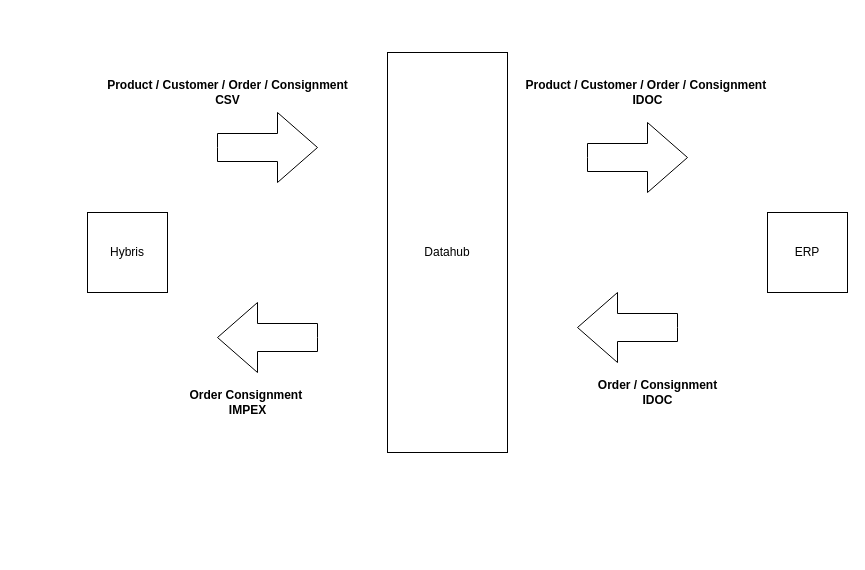
Before: Untitled Diagram.drawio in hoa89nguyen/myproject, a draw.io diagram. Source tidied: cells renumbered, new cells numbered last; positions are measured from the earlier drawing's top-left corner, leaving out a move shared by most shapes. Both pictures are drawn from the tidied source at 100%, with x=0, y=0 at pixel (87, 52).
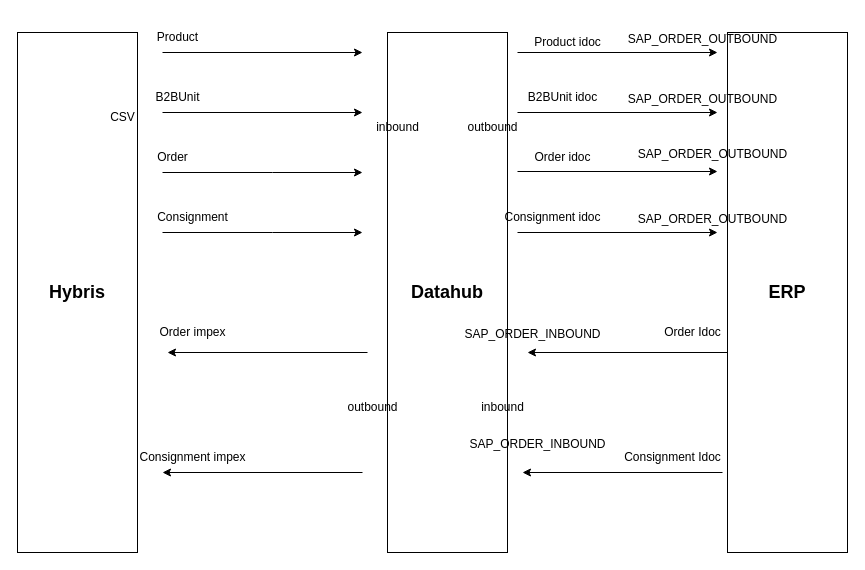
The same page after the edit.

Change to the diagram source:
```diff
@@
+    <mxCell id="4" value="&lt;font style=&quot;font-size: 18px;&quot;&gt;&lt;b&gt;Datahub&lt;/b&gt;&lt;/font&gt;" style="rounded=0;whiteSpace=wrap;html=1;" parent="1" vertex="1">
+      <mxGeometry x="300" y="-20" width="120" height="520" as="geometry" />
+    </mxCell>
+    <mxCell id="13" value="outbound" style="text;html=1;align=center;verticalAlign=middle;strokeColor=none;fillColor=none;" parent="1" vertex="1">
+      <mxGeometry x="370" y="60" width="70" height="30" as="geometry" />
+    </mxCell>
+    <mxCell id="14" value="inbound" style="text;html=1;align=center;verticalAlign=middle;strokeColor=none;fillColor=none;" parent="1" vertex="1">
+      <mxGeometry x="380" y="340" width="70" height="30" as="geometry" />
+    </mxCell>
+    <mxCell id="15" value="outbound" style="text;html=1;align=center;verticalAlign=middle;strokeColor=none;fillColor=none;" parent="1" vertex="1">
+      <mxGeometry x="250" y="340" width="70" height="30" as="geometry" />
+    </mxCell>
+    <mxCell id="16" style="endArrow=classic;html=1;rounded=0;" parent="1" edge="1">
+      <mxGeometry relative="1" as="geometry">
+        <mxPoint x="75" as="sourcePoint" />
+        <mxPoint x="275" as="targetPoint" />
+      </mxGeometry>
+    </mxCell>
-    <mxCell id="2" value="Hybris" style="whiteSpace=wrap;html=1;" parent="1" vertex="1">
-      <mxGeometry y="160" width="80" height="80" as="geometry" />
+    <mxCell id="2" value="&lt;font style=&quot;font-size: 18px;&quot;&gt;&lt;b&gt;Hybris&lt;/b&gt;&lt;/font&gt;" style="rounded=0;whiteSpace=wrap;html=1;" parent="1" vertex="1">
+      <mxGeometry x="-70" y="-20" width="120" height="520" as="geometry" />
     </mxCell>
-    <mxCell id="3" value="ERP" style="whiteSpace=wrap;html=1;" parent="1" vertex="1">
-      <mxGeometry x="680" y="160" width="80" height="80" as="geometry" />
+    <mxCell id="3" value="&lt;font style=&quot;font-size: 18px;&quot;&gt;&lt;b&gt;ERP&lt;/b&gt;&lt;/font&gt;" style="rounded=0;whiteSpace=wrap;html=1;" parent="1" vertex="1">
+      <mxGeometry x="640" y="-20" width="120" height="520" as="geometry" />
     </mxCell>
-    <mxCell id="4" value="Datahub" style="rounded=0;whiteSpace=wrap;html=1;" parent="1" vertex="1">
-      <mxGeometry x="300" width="120" height="400" as="geometry" />
-    </mxCell>
-    <mxCell id="5" style="html=1;shadow=0;dashed=0;align=center;verticalAlign=middle;shape=mxgraph.arrows2.arrow;dy=0.6;dx=40;notch=0;" parent="1" vertex="1">
-      <mxGeometry x="130" y="60" width="100" height="70" as="geometry" />
-    </mxCell>
-    <mxCell id="6" style="html=1;shadow=0;dashed=0;align=center;verticalAlign=middle;shape=mxgraph.arrows2.arrow;dy=0.6;dx=40;notch=0;" parent="1" vertex="1">
-      <mxGeometry x="500" y="70" width="100" height="70" as="geometry" />
-    </mxCell>
-    <mxCell id="7" style="html=1;shadow=0;dashed=0;align=center;verticalAlign=middle;shape=mxgraph.arrows2.arrow;dy=0.6;dx=40;flipH=1;notch=0;" parent="1" vertex="1">
-      <mxGeometry x="490" y="240" width="100" height="70" as="geometry" />
-    </mxCell>
-    <mxCell id="8" style="html=1;shadow=0;dashed=0;align=center;verticalAlign=middle;shape=mxgraph.arrows2.arrow;dy=0.6;dx=40;flipH=1;notch=0;" parent="1" vertex="1">
-      <mxGeometry x="130" y="250" width="100" height="70" as="geometry" />
-    </mxCell>
-    <mxCell id="9" value="Product / Customer / Order / Consignment&lt;br&gt;CSV" style="text;html=1;align=center;verticalAlign=middle;strokeColor=none;fillColor=none;fontStyle=1;" parent="1" vertex="1">
-      <mxGeometry x="10" y="20" width="260" height="40" as="geometry" />
-    </mxCell>
-    <mxCell id="10" value="Product / Customer / Order / Consignment&amp;nbsp;&lt;br&gt;IDOC" style="text;html=1;align=center;verticalAlign=middle;strokeColor=none;fillColor=none;fontStyle=1;" parent="1" vertex="1">
-      <mxGeometry x="425" y="20" width="270" height="40" as="geometry" />
-    </mxCell>
-    <mxCell id="11" value="Order Consignment&amp;nbsp;&lt;br&gt;IMPEX&lt;br&gt;" style="text;html=1;align=center;verticalAlign=middle;strokeColor=none;fillColor=none;fontStyle=1;" parent="1" vertex="1">
-      <mxGeometry x="90" y="330" width="140" height="40" as="geometry" />
-    </mxCell>
-    <mxCell id="12" value="Order / Consignment&lt;br&gt;IDOC" style="text;html=1;align=center;verticalAlign=middle;strokeColor=none;fillColor=none;fontStyle=1;" parent="1" vertex="1">
-      <mxGeometry x="500" y="320" width="140" height="40" as="geometry" />
-    </mxCell>
+    <mxCell id="17" value="Product" style="text;html=1;align=center;verticalAlign=middle;strokeColor=none;fillColor=none;" parent="1" vertex="1">
+      <mxGeometry x="60" y="-30" width="60" height="30" as="geometry" />
+    </mxCell>
+    <mxCell id="18" style="endArrow=classic;html=1;rounded=0;" parent="1" edge="1">
+      <mxGeometry relative="1" as="geometry">
+        <mxPoint x="75" y="60" as="sourcePoint" />
+        <mxPoint x="275" y="60" as="targetPoint" />
+      </mxGeometry>
+    </mxCell>
+    <mxCell id="19" value="B2BUnit" style="text;html=1;align=center;verticalAlign=middle;strokeColor=none;fillColor=none;" parent="1" vertex="1">
+      <mxGeometry x="55" y="30" width="70" height="30" as="geometry" />
+    </mxCell>
+    <mxCell id="20" style="endArrow=classic;html=1;rounded=0;" parent="1" edge="1">
+      <mxGeometry relative="1" as="geometry">
+        <mxPoint x="75" y="120" as="sourcePoint" />
+        <mxPoint x="275" y="120" as="targetPoint" />
+        <Array as="points">
+          <mxPoint x="185" y="120" />
+        </Array>
+      </mxGeometry>
+    </mxCell>
+    <mxCell id="21" value="Order" style="text;html=1;align=center;verticalAlign=middle;strokeColor=none;fillColor=none;" parent="1" vertex="1">
+      <mxGeometry x="60" y="90" width="50" height="30" as="geometry" />
+    </mxCell>
+    <mxCell id="22" style="endArrow=classic;html=1;rounded=0;" parent="1" edge="1">
+      <mxGeometry relative="1" as="geometry">
+        <mxPoint x="75" y="180" as="sourcePoint" />
+        <mxPoint x="275" y="180" as="targetPoint" />
+        <Array as="points">
+          <mxPoint x="185" y="180" />
+        </Array>
+      </mxGeometry>
+    </mxCell>
+    <mxCell id="23" value="Consignment" style="text;html=1;align=center;verticalAlign=middle;strokeColor=none;fillColor=none;" parent="1" vertex="1">
+      <mxGeometry x="60" y="150" width="90" height="30" as="geometry" />
+    </mxCell>
+    <mxCell id="24" value="inbound" style="text;html=1;align=center;verticalAlign=middle;strokeColor=none;fillColor=none;" parent="1" vertex="1">
+      <mxGeometry x="275" y="60" width="70" height="30" as="geometry" />
+    </mxCell>
+    <mxCell id="25" value="CSV&lt;br&gt;" style="text;html=1;align=center;verticalAlign=middle;strokeColor=none;fillColor=none;" parent="1" vertex="1">
+      <mxGeometry x="10" y="50" width="50" height="30" as="geometry" />
+    </mxCell>
+    <mxCell id="26" style="endArrow=classic;html=1;rounded=0;" parent="1" edge="1">
+      <mxGeometry relative="1" as="geometry">
+        <mxPoint x="430" as="sourcePoint" />
+        <mxPoint x="630" as="targetPoint" />
+      </mxGeometry>
+    </mxCell>
+    <mxCell id="27" style="endArrow=classic;html=1;rounded=0;" parent="1" edge="1">
+      <mxGeometry relative="1" as="geometry">
+        <mxPoint x="430" y="60" as="sourcePoint" />
+        <mxPoint x="630" y="60" as="targetPoint" />
+      </mxGeometry>
+    </mxCell>
+    <mxCell id="28" style="endArrow=classic;html=1;rounded=0;" parent="1" edge="1">
+      <mxGeometry relative="1" as="geometry">
+        <mxPoint x="430" y="180" as="sourcePoint" />
+        <mxPoint x="630" y="180" as="targetPoint" />
+      </mxGeometry>
+    </mxCell>
+    <mxCell id="29" value="Product idoc" style="text;html=1;align=center;verticalAlign=middle;strokeColor=none;fillColor=none;" parent="1" vertex="1">
+      <mxGeometry x="435" y="-25" width="90" height="30" as="geometry" />
+    </mxCell>
+    <mxCell id="30" value="B2BUnit idoc" style="text;html=1;align=center;verticalAlign=middle;strokeColor=none;fillColor=none;" parent="1" vertex="1">
+      <mxGeometry x="430" y="30" width="90" height="30" as="geometry" />
+    </mxCell>
+    <mxCell id="31" value="Order idoc" style="text;html=1;align=center;verticalAlign=middle;strokeColor=none;fillColor=none;" parent="1" vertex="1">
+      <mxGeometry x="435" y="90" width="80" height="30" as="geometry" />
+    </mxCell>
+    <mxCell id="32" value="Consignment idoc" style="text;html=1;align=center;verticalAlign=middle;strokeColor=none;fillColor=none;" parent="1" vertex="1">
+      <mxGeometry x="405" y="150" width="120" height="30" as="geometry" />
+    </mxCell>
+    <mxCell id="33" style="endArrow=classic;html=1;rounded=0;" parent="1" edge="1">
+      <mxGeometry relative="1" as="geometry">
+        <mxPoint x="640" y="300" as="sourcePoint" />
+        <mxPoint x="440" y="300" as="targetPoint" />
+      </mxGeometry>
+    </mxCell>
+    <mxCell id="34" style="endArrow=classic;html=1;rounded=0;" parent="1" edge="1">
+      <mxGeometry relative="1" as="geometry">
+        <mxPoint x="275" y="420" as="sourcePoint" />
+        <mxPoint x="75" y="420" as="targetPoint" />
+      </mxGeometry>
+    </mxCell>
+    <mxCell id="35" value="Order Idoc" style="text;html=1;align=center;verticalAlign=middle;strokeColor=none;fillColor=none;" parent="1" vertex="1">
+      <mxGeometry x="565" y="265" width="80" height="30" as="geometry" />
+    </mxCell>
+    <mxCell id="36" value="Consignment Idoc" style="text;html=1;align=center;verticalAlign=middle;strokeColor=none;fillColor=none;" parent="1" vertex="1">
+      <mxGeometry x="525" y="390" width="120" height="30" as="geometry" />
+    </mxCell>
+    <mxCell id="37" style="endArrow=classic;html=1;rounded=0;" parent="1" edge="1">
+      <mxGeometry relative="1" as="geometry">
+        <mxPoint x="280" y="300" as="sourcePoint" />
+        <mxPoint x="80" y="300" as="targetPoint" />
+      </mxGeometry>
+    </mxCell>
+    <mxCell id="38" value="Order impex" style="text;html=1;align=center;verticalAlign=middle;strokeColor=none;fillColor=none;" parent="1" vertex="1">
+      <mxGeometry x="60" y="265" width="90" height="30" as="geometry" />
+    </mxCell>
+    <mxCell id="39" value="Consignment impex" style="text;html=1;align=center;verticalAlign=middle;strokeColor=none;fillColor=none;" parent="1" vertex="1">
+      <mxGeometry x="40" y="390" width="130" height="30" as="geometry" />
+    </mxCell>
+    <mxCell id="40" style="endArrow=classic;html=1;rounded=0;" parent="1" edge="1">
+      <mxGeometry relative="1" as="geometry">
+        <mxPoint x="635" y="420" as="sourcePoint" />
+        <mxPoint x="435" y="420" as="targetPoint" />
+      </mxGeometry>
+    </mxCell>
+    <mxCell id="41" value="&lt;font style=&quot;font-size: 12px;&quot;&gt;SAP_ORDER_INBOUND&lt;/font&gt;" style="text;html=1;align=center;verticalAlign=middle;strokeColor=none;fillColor=none;fontSize=18;" parent="1" vertex="1">
+      <mxGeometry x="365" y="260" width="160" height="40" as="geometry" />
+    </mxCell>
+    <mxCell id="42" value="&lt;font style=&quot;font-size: 12px;&quot;&gt;SAP_ORDER_INBOUND&lt;/font&gt;" style="text;html=1;align=center;verticalAlign=middle;strokeColor=none;fillColor=none;fontSize=18;" parent="1" vertex="1">
+      <mxGeometry x="370" y="370" width="160" height="40" as="geometry" />
+    </mxCell>
+    <mxCell id="43" value="&lt;font style=&quot;font-size: 12px;&quot;&gt;SAP_ORDER_OUTBOUND&lt;/font&gt;" style="text;html=1;align=center;verticalAlign=middle;strokeColor=none;fillColor=none;fontSize=18;" parent="1" vertex="1">
+      <mxGeometry x="530" y="-35" width="170" height="40" as="geometry" />
+    </mxCell>
+    <mxCell id="44" value="&lt;font style=&quot;font-size: 12px;&quot;&gt;SAP_ORDER_OUTBOUND&lt;/font&gt;" style="text;html=1;align=center;verticalAlign=middle;strokeColor=none;fillColor=none;fontSize=18;" parent="1" vertex="1">
+      <mxGeometry x="530" y="25" width="170" height="40" as="geometry" />
+    </mxCell>
+    <mxCell id="45" value="&lt;font style=&quot;font-size: 12px;&quot;&gt;SAP_ORDER_OUTBOUND&lt;/font&gt;" style="text;html=1;align=center;verticalAlign=middle;strokeColor=none;fillColor=none;fontSize=18;" parent="1" vertex="1">
+      <mxGeometry x="540" y="80" width="170" height="40" as="geometry" />
+    </mxCell>
+    <mxCell id="46" value="&lt;font style=&quot;font-size: 12px;&quot;&gt;SAP_ORDER_OUTBOUND&lt;/font&gt;" style="text;html=1;align=center;verticalAlign=middle;strokeColor=none;fillColor=none;fontSize=18;" parent="1" vertex="1">
+      <mxGeometry x="540" y="145" width="170" height="40" as="geometry" />
+    </mxCell>
+    <mxCell id="47" style="endArrow=classic;html=1;rounded=0;" parent="1" edge="1">
+      <mxGeometry relative="1" as="geometry">
+        <mxPoint x="430" y="119" as="sourcePoint" />
+        <mxPoint x="630" y="119" as="targetPoint" />
+      </mxGeometry>
+    </mxCell>
```
